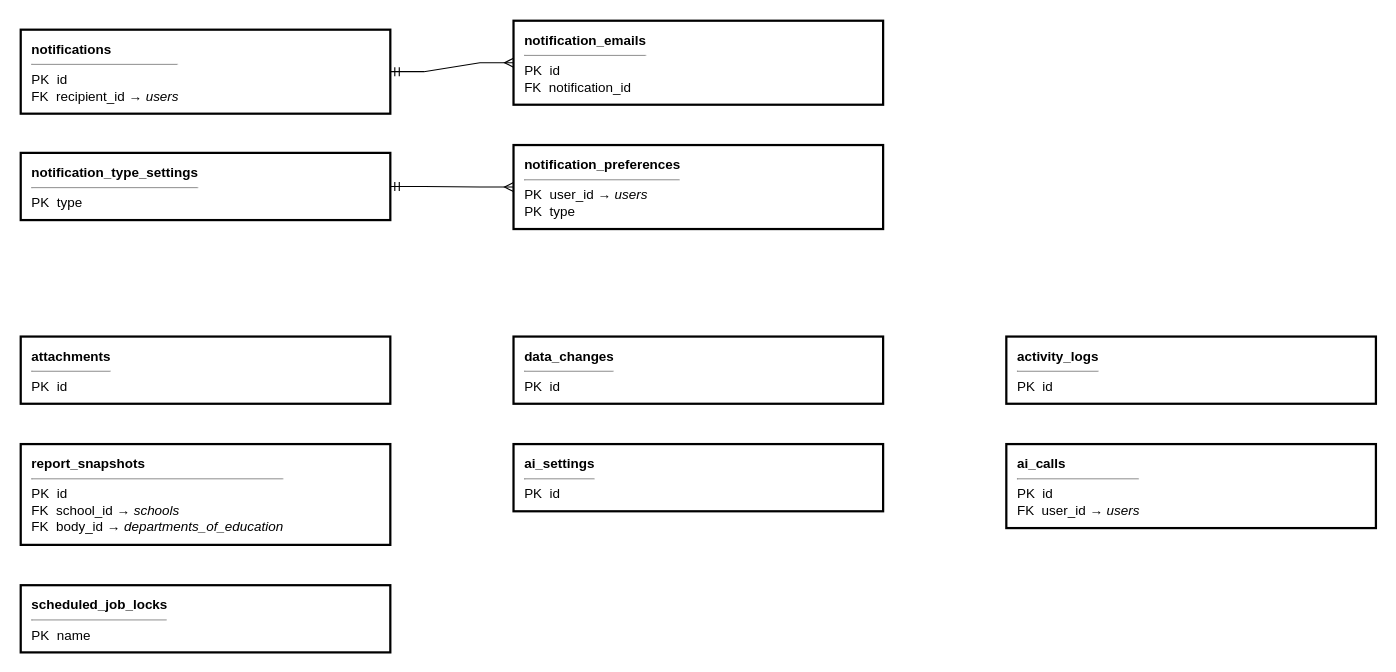
The draw.io diagram docs/VN/diagram/Report 4/03 CSDL/ban cu/ERD 09 He thong.drawio in LuuDong2004/SEP490_G123_SFEMS, before the edit. Source tidied: cells renumbered, new cells numbered last; positions are measured from the earlier drawing's top-left corner, leaving out a move shared by most shapes. Both pictures are drawn from the tidied source at 112%, with x=0, y=0 at pixel (20, 20).
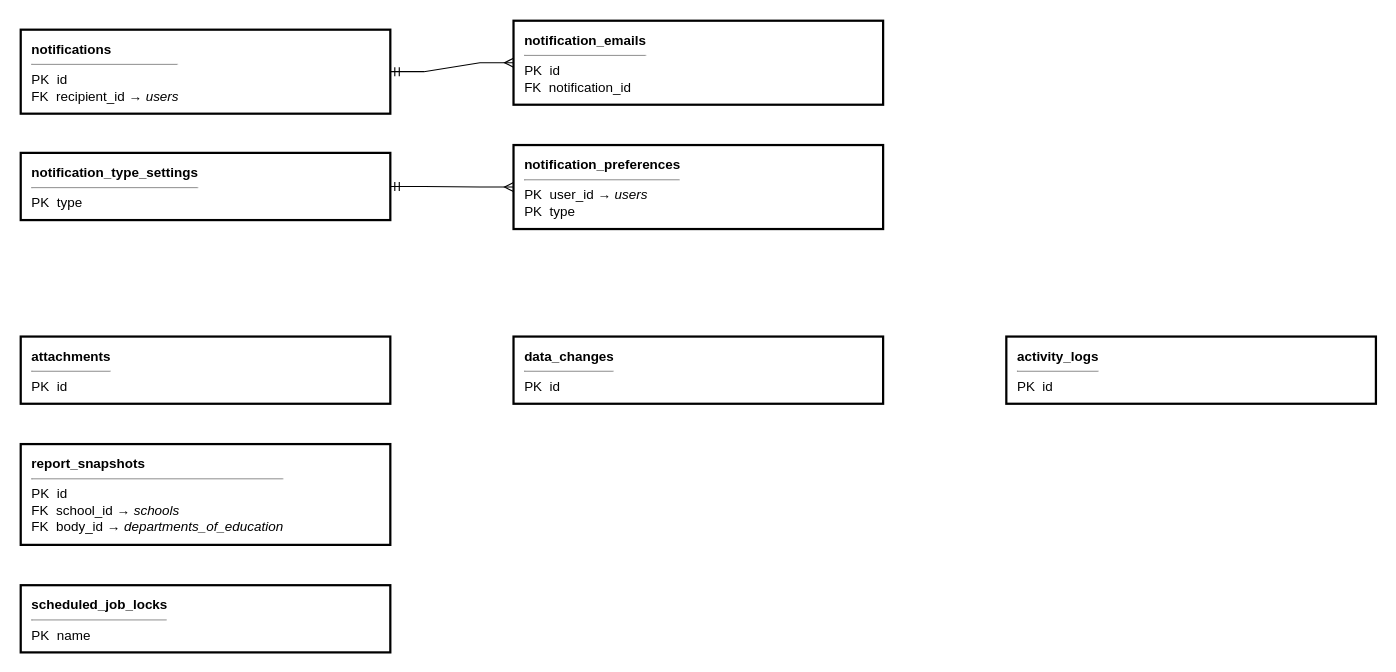
Above is the later version.

Change to the diagram source:
```diff
@@
 <mxGraphModel background="#FFFFFF">
   <root>
     <mxCell id="0" />
     <mxCell id="1" parent="0" />
     <mxCell id="2" value="&lt;b&gt;notifications&lt;/b&gt;&lt;hr size=1&gt;PK&amp;nbsp; id&lt;br&gt;FK&amp;nbsp; recipient_id &lt;i&gt;→ users&lt;/i&gt;" style="rounded=0;fillColor=#FFFFFF;strokeWidth=2;fontSize=12;whiteSpace=wrap;html=1;fontFamily=Arial;strokeColor=#000000;fontColor=#000000;align=left;verticalAlign=top;spacingLeft=8;spacingTop=4;" parent="1" vertex="1">
       <mxGeometry y="8" width="330" height="75" as="geometry" />
     </mxCell>
     <mxCell id="3" value="&lt;b&gt;notification_type_settings&lt;/b&gt;&lt;hr size=1&gt;PK&amp;nbsp; type" style="rounded=0;fillColor=#FFFFFF;strokeWidth=2;fontSize=12;whiteSpace=wrap;html=1;fontFamily=Arial;strokeColor=#000000;fontColor=#000000;align=left;verticalAlign=top;spacingLeft=8;spacingTop=4;" parent="1" vertex="1">
       <mxGeometry y="118" width="330" height="60" as="geometry" />
     </mxCell>
     <mxCell id="4" value="&lt;b&gt;notification_emails&lt;/b&gt;&lt;hr size=1&gt;PK&amp;nbsp; id&lt;br&gt;FK&amp;nbsp; notification_id" style="rounded=0;fillColor=#FFFFFF;strokeWidth=2;fontSize=12;whiteSpace=wrap;html=1;fontFamily=Arial;strokeColor=#000000;fontColor=#000000;align=left;verticalAlign=top;spacingLeft=8;spacingTop=4;" parent="1" vertex="1">
       <mxGeometry x="440" width="330" height="75" as="geometry" />
     </mxCell>
     <mxCell id="5" value="&lt;b&gt;notification_preferences&lt;/b&gt;&lt;hr size=1&gt;PK&amp;nbsp; user_id &lt;i&gt;→ users&lt;/i&gt;&lt;br&gt;PK&amp;nbsp; type" style="rounded=0;fillColor=#FFFFFF;strokeWidth=2;fontSize=12;whiteSpace=wrap;html=1;fontFamily=Arial;strokeColor=#000000;fontColor=#000000;align=left;verticalAlign=top;spacingLeft=8;spacingTop=4;" parent="1" vertex="1">
       <mxGeometry x="440" y="111" width="330" height="75" as="geometry" />
     </mxCell>
     <mxCell id="6" value="&lt;b&gt;attachments&lt;/b&gt;&lt;hr size=1&gt;PK&amp;nbsp; id" style="rounded=0;fillColor=#FFFFFF;strokeWidth=2;fontSize=12;whiteSpace=wrap;html=1;fontFamily=Arial;strokeColor=#000000;fontColor=#000000;align=left;verticalAlign=top;spacingLeft=8;spacingTop=4;" parent="1" vertex="1">
       <mxGeometry y="282" width="330" height="60" as="geometry" />
     </mxCell>
     <mxCell id="7" value="&lt;b&gt;data_changes&lt;/b&gt;&lt;hr size=1&gt;PK&amp;nbsp; id" style="rounded=0;fillColor=#FFFFFF;strokeWidth=2;fontSize=12;whiteSpace=wrap;html=1;fontFamily=Arial;strokeColor=#000000;fontColor=#000000;align=left;verticalAlign=top;spacingLeft=8;spacingTop=4;" parent="1" vertex="1">
       <mxGeometry x="440" y="282" width="330" height="60" as="geometry" />
     </mxCell>
     <mxCell id="8" value="&lt;b&gt;activity_logs&lt;/b&gt;&lt;hr size=1&gt;PK&amp;nbsp; id" style="rounded=0;fillColor=#FFFFFF;strokeWidth=2;fontSize=12;whiteSpace=wrap;html=1;fontFamily=Arial;strokeColor=#000000;fontColor=#000000;align=left;verticalAlign=top;spacingLeft=8;spacingTop=4;" parent="1" vertex="1">
       <mxGeometry x="880" y="282" width="330" height="60" as="geometry" />
     </mxCell>
     <mxCell id="9" value="&lt;b&gt;report_snapshots&lt;/b&gt;&lt;hr size=1&gt;PK&amp;nbsp; id&lt;br&gt;FK&amp;nbsp; school_id &lt;i&gt;→ schools&lt;/i&gt;&lt;br&gt;FK&amp;nbsp; body_id &lt;i&gt;→ departments_of_education&lt;/i&gt;" style="rounded=0;fillColor=#FFFFFF;strokeWidth=2;fontSize=12;whiteSpace=wrap;html=1;fontFamily=Arial;strokeColor=#000000;fontColor=#000000;align=left;verticalAlign=top;spacingLeft=8;spacingTop=4;" parent="1" vertex="1">
       <mxGeometry y="378" width="330" height="90" as="geometry" />
     </mxCell>
-    <mxCell id="10" value="&lt;b&gt;ai_settings&lt;/b&gt;&lt;hr size=1&gt;PK&amp;nbsp; id" style="rounded=0;fillColor=#FFFFFF;strokeWidth=2;fontSize=12;whiteSpace=wrap;html=1;fontFamily=Arial;strokeColor=#000000;fontColor=#000000;align=left;verticalAlign=top;spacingLeft=8;spacingTop=4;" parent="1" vertex="1">
-      <mxGeometry x="440" y="378" width="330" height="60" as="geometry" />
-    </mxCell>
-    <mxCell id="11" value="&lt;b&gt;ai_calls&lt;/b&gt;&lt;hr size=1&gt;PK&amp;nbsp; id&lt;br&gt;FK&amp;nbsp; user_id &lt;i&gt;→ users&lt;/i&gt;" style="rounded=0;fillColor=#FFFFFF;strokeWidth=2;fontSize=12;whiteSpace=wrap;html=1;fontFamily=Arial;strokeColor=#000000;fontColor=#000000;align=left;verticalAlign=top;spacingLeft=8;spacingTop=4;" parent="1" vertex="1">
-      <mxGeometry x="880" y="378" width="330" height="75" as="geometry" />
-    </mxCell>
     <mxCell id="12" value="&lt;b&gt;scheduled_job_locks&lt;/b&gt;&lt;hr size=1&gt;PK&amp;nbsp; name" style="rounded=0;fillColor=#FFFFFF;strokeWidth=2;fontSize=12;whiteSpace=wrap;html=1;fontFamily=Arial;strokeColor=#000000;fontColor=#000000;align=left;verticalAlign=top;spacingLeft=8;spacingTop=4;" parent="1" vertex="1">
       <mxGeometry y="504" width="330" height="60" as="geometry" />
     </mxCell>
     <mxCell id="13" style="edgeStyle=entityRelationEdgeStyle;rounded=0;endArrow=ERmandOne;startArrow=ERmany;endFill=0;startFill=0;strokeWidth=1;whiteSpace=wrap;html=1;fontFamily=Arial;strokeColor=#000000;fontColor=#000000;" parent="1" edge="1" source="4" target="2">
       <mxGeometry relative="1" as="geometry" />
     </mxCell>
     <mxCell id="14" style="edgeStyle=entityRelationEdgeStyle;rounded=0;endArrow=ERmandOne;startArrow=ERmany;endFill=0;startFill=0;strokeWidth=1;whiteSpace=wrap;html=1;fontFamily=Arial;strokeColor=#000000;fontColor=#000000;" parent="1" edge="1" source="5" target="3">
       <mxGeometry relative="1" as="geometry" />
     </mxCell>
   </root>
 </mxGraphModel>
```
